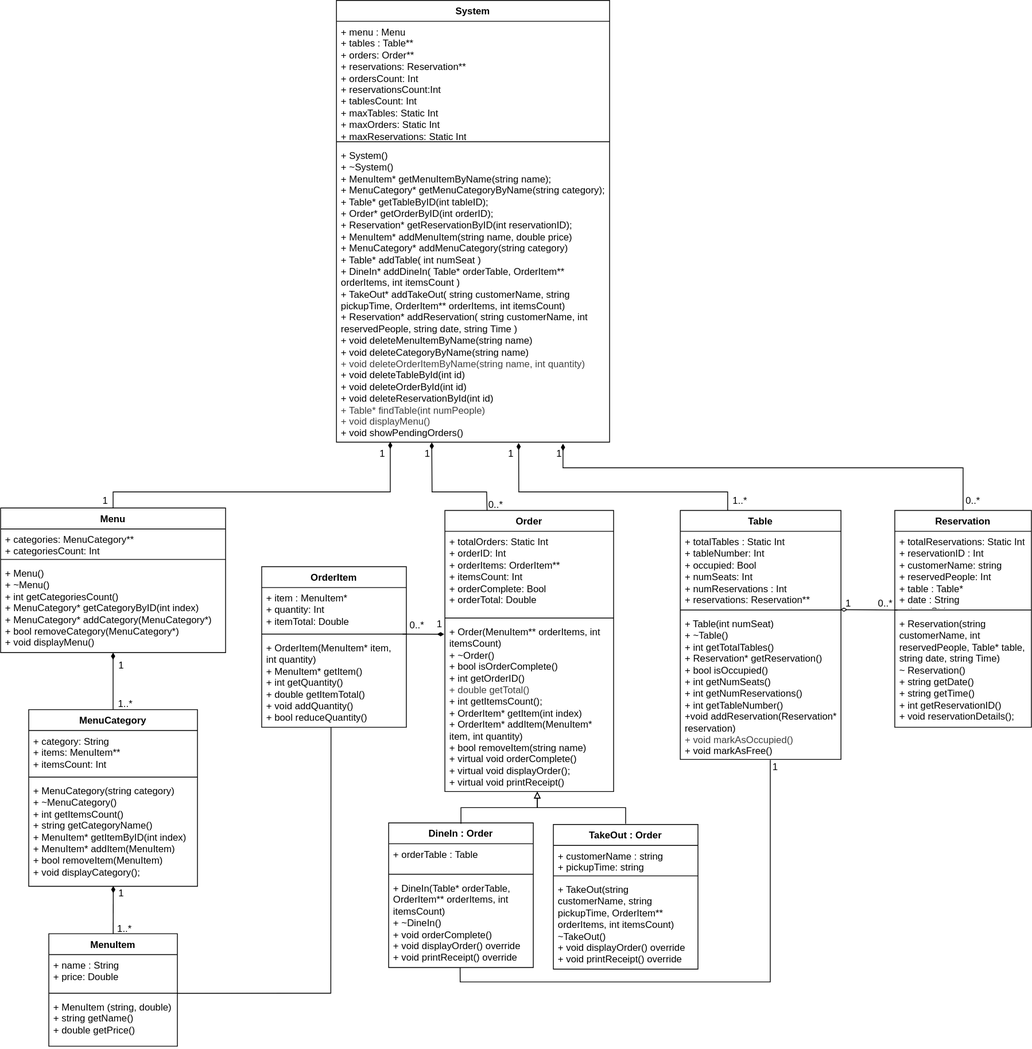
This is classDiagram.drawio.svg from mrkpkngn/restaurantOOP, a draw.io export, as it was before one commit. Source tidied: cells renumbered, new cells last; positions are measured from the earlier drawing's top-left corner, leaving out a move shared by most shapes.
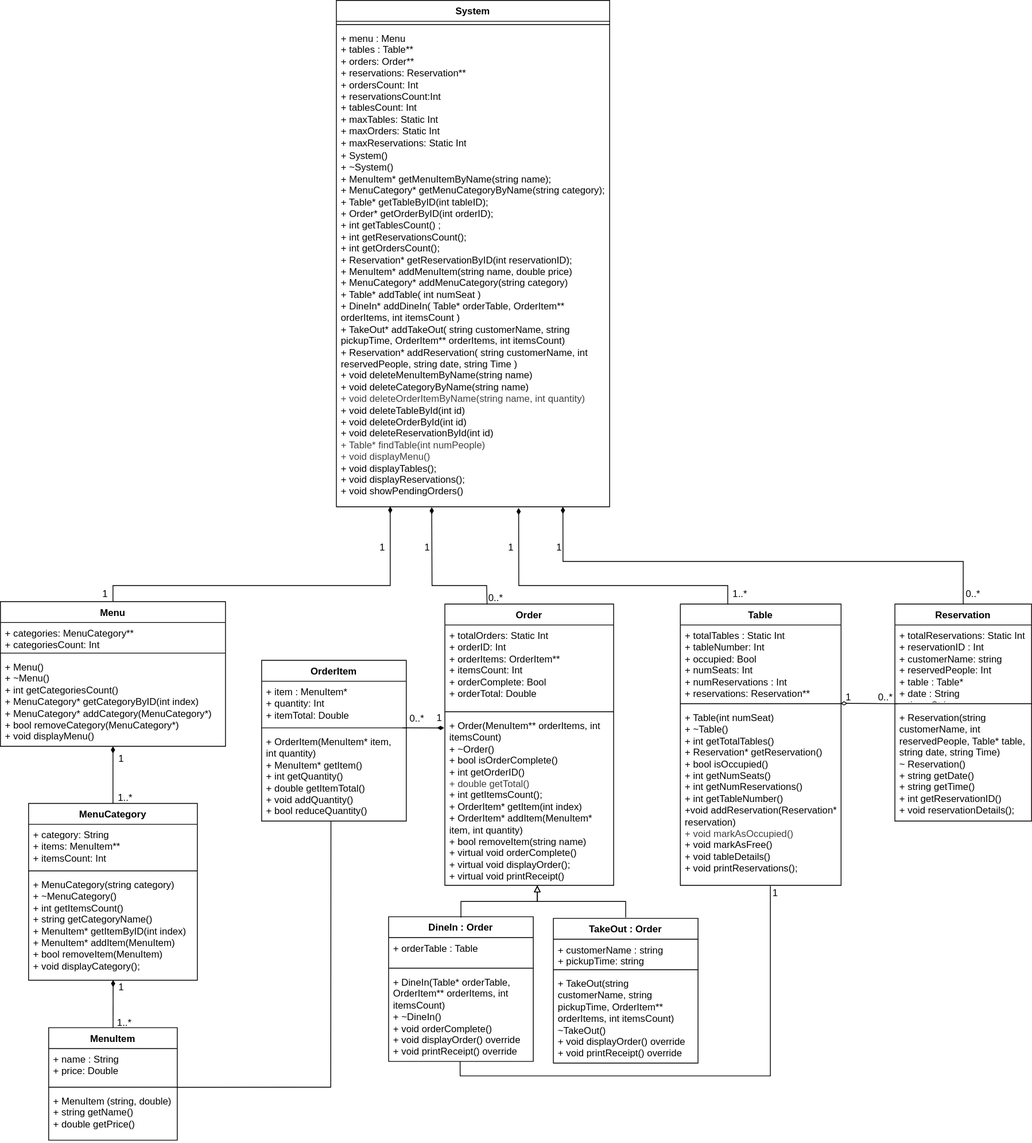
Above is the later version.

What changed in the source:
```diff
@@ -15,7 +15,7 @@
       <mxGeometry y="78" width="160" height="62" as="geometry" />
     </mxCell>
     <mxCell id="6" value="Table" style="swimlane;fontStyle=1;align=center;verticalAlign=top;horizontal=1;startSize=26;whiteSpace=wrap;html=1;" parent="1" vertex="1">
-      <mxGeometry x="846" y="635" width="200" height="310" as="geometry" />
+      <mxGeometry x="846" y="635" width="200" height="350" as="geometry" />
     </mxCell>
     <mxCell id="7" value="&lt;div&gt;+ totalTables : Static Int&lt;/div&gt;+ tableNumber: Int&lt;div&gt;+ occupied: Bool&lt;/div&gt;&lt;div&gt;+ numSeats: Int&lt;/div&gt;&lt;div&gt;+ numReservations : Int&lt;/div&gt;&lt;div&gt;+ reservations: Reservation**&lt;/div&gt;" style="text;strokeColor=none;fillColor=none;align=left;verticalAlign=top;spacingLeft=4;spacingRight=4;overflow=hidden;whiteSpace=wrap;html=1;" parent="6" vertex="1">
       <mxGeometry y="26" width="200" height="94" as="geometry" />
@@ -23,8 +23,8 @@
     <mxCell id="8" style="line;strokeWidth=1;fillColor=none;align=left;verticalAlign=middle;spacingTop=-1;spacingLeft=3;spacingRight=3;labelPosition=right;points=[];portConstraint=eastwest;strokeColor=inherit;" parent="6" vertex="1">
       <mxGeometry y="120" width="200" height="8" as="geometry" />
     </mxCell>
-    <mxCell id="9" value="+ Table(int numSeat)&lt;div&gt;&lt;font color=&quot;#000000&quot;&gt;+ ~Table()&lt;br&gt;&lt;/font&gt;&lt;div&gt;&lt;font color=&quot;#000000&quot;&gt;+ int getTotalTables()&lt;/font&gt;&lt;/div&gt;&lt;div&gt;&lt;font color=&quot;#000000&quot;&gt;&lt;font color=&quot;#000000&quot;&gt;+ Reservation* getReservation()&lt;br&gt;&lt;/font&gt;&lt;/font&gt;&lt;div&gt;+ bool isOccupied()&lt;/div&gt;&lt;div&gt;+ int getNumSeats()&lt;/div&gt;&lt;div&gt;+ int getNumReservations()&lt;/div&gt;&lt;div&gt;+ int getTableNumber()&lt;/div&gt;&lt;div&gt;+void addReservation(Reservation* reservation)&lt;/div&gt;&lt;div&gt;&lt;span style=&quot;color: rgb(63, 63, 63);&quot;&gt;+ void markAsOccupied()&lt;/span&gt;&lt;/div&gt;&lt;/div&gt;&lt;div&gt;+ void markAsFree()&lt;/div&gt;&lt;/div&gt;" style="text;strokeColor=none;fillColor=none;align=left;verticalAlign=top;spacingLeft=4;spacingRight=4;overflow=hidden;points=[[0,0.5],[1,0.5]];portConstraint=eastwest;whiteSpace=wrap;html=1;" parent="6" vertex="1">
-      <mxGeometry y="128" width="200" height="182" as="geometry" />
+    <mxCell id="9" value="+ Table(int numSeat)&lt;div&gt;&lt;font color=&quot;#000000&quot;&gt;+ ~Table()&lt;br&gt;&lt;/font&gt;&lt;div&gt;&lt;font color=&quot;#000000&quot;&gt;+ int getTotalTables()&lt;/font&gt;&lt;/div&gt;&lt;div&gt;&lt;font color=&quot;#000000&quot;&gt;&lt;font color=&quot;#000000&quot;&gt;+ Reservation* getReservation()&lt;br&gt;&lt;/font&gt;&lt;/font&gt;&lt;div&gt;+ bool isOccupied()&lt;/div&gt;&lt;div&gt;+ int getNumSeats()&lt;/div&gt;&lt;div&gt;+ int getNumReservations()&lt;/div&gt;&lt;div&gt;+ int getTableNumber()&lt;/div&gt;&lt;div&gt;+void addReservation(Reservation* reservation)&lt;/div&gt;&lt;div&gt;&lt;span style=&quot;color: rgb(63, 63, 63);&quot;&gt;+ void markAsOccupied()&lt;/span&gt;&lt;/div&gt;&lt;/div&gt;&lt;div&gt;+ void markAsFree()&lt;/div&gt;&lt;/div&gt;&lt;div&gt;+ void tableDetails()&lt;/div&gt;&lt;div&gt;+ void printReservations();&lt;/div&gt;" style="text;strokeColor=none;fillColor=none;align=left;verticalAlign=top;spacingLeft=4;spacingRight=4;overflow=hidden;points=[[0,0.5],[1,0.5]];portConstraint=eastwest;whiteSpace=wrap;html=1;" parent="6" vertex="1">
+      <mxGeometry y="128" width="200" height="222" as="geometry" />
     </mxCell>
     <mxCell id="10" value="Order" style="swimlane;fontStyle=1;align=center;verticalAlign=top;horizontal=1;startSize=26;whiteSpace=wrap;html=1;" parent="1" vertex="1">
       <mxGeometry x="553" y="635" width="210" height="350" as="geometry" />
@@ -110,16 +110,16 @@
       <mxGeometry y="128" width="170" height="142" as="geometry" />
     </mxCell>
     <mxCell id="36" value="System" style="swimlane;fontStyle=1;align=center;verticalAlign=top;horizontal=1;startSize=26;whiteSpace=wrap;html=1;" parent="1" vertex="1">
-      <mxGeometry x="418" width="340" height="550" as="geometry" />
+      <mxGeometry x="418" y="-116" width="340" height="630" as="geometry" />
     </mxCell>
+    <mxCell id="38" style="line;strokeWidth=1;fillColor=none;align=left;verticalAlign=middle;spacingTop=-1;spacingLeft=3;spacingRight=3;labelPosition=right;strokeColor=inherit;" parent="36" vertex="1">
+      <mxGeometry y="26" width="340" height="8" as="geometry" />
+    </mxCell>
     <mxCell id="37" value="&lt;div&gt;+ menu : Menu&lt;/div&gt;&lt;div&gt;+ tables : Table**&lt;/div&gt;&lt;div&gt;&lt;span style=&quot;background-color: transparent;&quot;&gt;+ orders: Order**&lt;/span&gt;&lt;/div&gt;&lt;div&gt;+ reservations: Reservation**&lt;/div&gt;&lt;div&gt;+ ordersCount: Int&lt;/div&gt;&lt;div&gt;+ reservationsCount:Int&lt;/div&gt;&lt;div&gt;+ tablesCount: Int&lt;br&gt;+ maxTables: Static Int&lt;/div&gt;&lt;div&gt;+ maxOrders: Static Int&lt;/div&gt;&lt;div&gt;+ maxReservations: Static Int&lt;/div&gt;" style="text;strokeColor=none;fillColor=none;align=left;verticalAlign=top;spacingLeft=4;spacingRight=4;overflow=hidden;whiteSpace=wrap;html=1;" parent="36" vertex="1">
-      <mxGeometry y="26" width="340" height="146" as="geometry" />
+      <mxGeometry y="34" width="340" height="146" as="geometry" />
     </mxCell>
-    <mxCell id="38" style="line;strokeWidth=1;fillColor=none;align=left;verticalAlign=middle;spacingTop=-1;spacingLeft=3;spacingRight=3;labelPosition=right;strokeColor=inherit;" parent="36" vertex="1">
-      <mxGeometry y="172" width="340" height="8" as="geometry" />
-    </mxCell>
-    <mxCell id="39" value="+ System()&lt;div&gt;&lt;font color=&quot;#000000&quot;&gt;+ ~System()&lt;/font&gt;&lt;/div&gt;&lt;div&gt;&lt;div style=&quot;&quot;&gt;&lt;span style=&quot;white-space: normal;&quot;&gt;+ MenuItem* getMenuItemByName(string name);&lt;/span&gt;&lt;/div&gt;&lt;div style=&quot;&quot;&gt;&lt;span style=&quot;white-space: normal;&quot;&gt;+ MenuCategory* getMenuCategoryByName(string category);&lt;/span&gt;&lt;/div&gt;&lt;div style=&quot;&quot;&gt;&lt;span style=&quot;white-space: normal;&quot;&gt;+ Table* getTableByID(int tableID);&lt;/span&gt;&lt;/div&gt;&lt;div style=&quot;&quot;&gt;&lt;span style=&quot;white-space: normal;&quot;&gt;+ Order* getOrderByID(int orderID);&lt;/span&gt;&lt;/div&gt;&lt;div style=&quot;&quot;&gt;&lt;span style=&quot;white-space: normal;&quot;&gt;+ Reservation* getReservationByID(int reservationID);&lt;/span&gt;&lt;/div&gt;&lt;div&gt;+ MenuItem* addMenuItem(string name, double price)&lt;/div&gt;&lt;div&gt;+ MenuCategory* addMenuCategory(string category)&lt;/div&gt;&lt;div&gt;+ Table* addTable(&lt;span style=&quot;color: rgb(0, 0, 0); background-color: transparent;&quot;&gt;int numSeat&lt;/span&gt;&lt;span style=&quot;background-color: transparent;&quot;&gt;)&lt;/span&gt;&lt;/div&gt;&lt;div&gt;+ DineIn* addDineIn(&lt;span style=&quot;color: rgb(0, 0, 0);&quot;&gt;Table* orderTable, OrderItem** orderItems, int itemsCount&lt;/span&gt;)&lt;/div&gt;&lt;div&gt;+ TakeOut* addTakeOut(&lt;span style=&quot;color: rgb(0, 0, 0); background-color: transparent;&quot;&gt;string customerName, string pickupTime, OrderItem** orderItems, int itemsCount)&lt;/span&gt;&lt;/div&gt;&lt;div&gt;+ Reservation* addReservation(&lt;span style=&quot;color: rgb(0, 0, 0);&quot;&gt;string customerName, int reservedPeople, string date, string Time&lt;/span&gt;)&lt;/div&gt;&lt;/div&gt;&lt;div&gt;+ void deleteMenuItemByName(string name)&lt;/div&gt;&lt;div&gt;+ void deleteCategoryByName(string name)&lt;/div&gt;&lt;div&gt;&lt;span style=&quot;color: rgb(63, 63, 63);&quot;&gt;+ void deleteOrderItemByName(string name, int quantity)&lt;/span&gt;&lt;/div&gt;&lt;div&gt;+ void deleteTableById(int id)&lt;/div&gt;&lt;div&gt;+ void deleteOrderById(int id)&lt;/div&gt;&lt;div&gt;+ void deleteReservationById(int id)&lt;/div&gt;&lt;div&gt;&lt;span style=&quot;color: rgb(63, 63, 63);&quot;&gt;+ Table* findTable(int numPeople)&lt;/span&gt;&lt;/div&gt;&lt;div&gt;&lt;span style=&quot;color: rgb(63, 63, 63);&quot;&gt;&lt;span style=&quot;color: rgb(63, 63, 63);&quot;&gt;+ void displayMenu()&lt;/span&gt;&lt;/span&gt;&lt;/div&gt;&lt;div&gt;+ void showPendingOrders()&lt;/div&gt;" style="text;strokeColor=none;fillColor=none;align=left;verticalAlign=top;spacingLeft=4;spacingRight=4;overflow=hidden;points=[[0,0.5],[1,0.5]];portConstraint=eastwest;whiteSpace=wrap;html=1;" parent="36" vertex="1">
-      <mxGeometry y="180" width="340" height="370" as="geometry" />
+    <mxCell id="39" value="+ System()&lt;div&gt;&lt;font color=&quot;#000000&quot;&gt;+ ~System()&lt;/font&gt;&lt;/div&gt;&lt;div&gt;&lt;div style=&quot;&quot;&gt;&lt;span style=&quot;white-space: normal;&quot;&gt;+ MenuItem* getMenuItemByName(string name);&lt;/span&gt;&lt;/div&gt;&lt;div style=&quot;&quot;&gt;&lt;span style=&quot;white-space: normal;&quot;&gt;+ MenuCategory* getMenuCategoryByName(string category);&lt;/span&gt;&lt;/div&gt;&lt;div style=&quot;&quot;&gt;&lt;span style=&quot;white-space: normal;&quot;&gt;+ Table* getTableByID(int tableID);&lt;/span&gt;&lt;/div&gt;&lt;div style=&quot;&quot;&gt;&lt;span style=&quot;white-space: normal;&quot;&gt;+ Order* getOrderByID(int orderID);&lt;/span&gt;&lt;/div&gt;&lt;div style=&quot;&quot;&gt;&lt;span style=&quot;white-space: normal;&quot;&gt;+ int getTablesCount()&lt;/span&gt;&lt;span style=&quot;background-color: transparent;&quot;&gt;;&lt;/span&gt;&lt;/div&gt;&lt;div style=&quot;&quot;&gt;&lt;span style=&quot;background-color: transparent;&quot;&gt;+ int getReservationsCount();&lt;/span&gt;&lt;/div&gt;&lt;div style=&quot;&quot;&gt;&lt;span style=&quot;background-color: transparent;&quot;&gt;+ int getOrdersCount();&lt;/span&gt;&lt;/div&gt;&lt;div style=&quot;&quot;&gt;&lt;span style=&quot;white-space: normal;&quot;&gt;+ Reservation* getReservationByID(int reservationID);&lt;/span&gt;&lt;/div&gt;&lt;div&gt;+ MenuItem* addMenuItem(string name, double price)&lt;/div&gt;&lt;div&gt;+ MenuCategory* addMenuCategory(string category)&lt;/div&gt;&lt;div&gt;+ Table* addTable(&lt;span style=&quot;color: rgb(0, 0, 0); background-color: transparent;&quot;&gt;int numSeat&lt;/span&gt;&lt;span style=&quot;background-color: transparent;&quot;&gt;)&lt;/span&gt;&lt;/div&gt;&lt;div&gt;+ DineIn* addDineIn(&lt;span style=&quot;color: rgb(0, 0, 0);&quot;&gt;Table* orderTable, OrderItem** orderItems, int itemsCount&lt;/span&gt;)&lt;/div&gt;&lt;div&gt;+ TakeOut* addTakeOut(&lt;span style=&quot;color: rgb(0, 0, 0); background-color: transparent;&quot;&gt;string customerName, string pickupTime, OrderItem** orderItems, int itemsCount)&lt;/span&gt;&lt;/div&gt;&lt;div&gt;+ Reservation* addReservation(&lt;span style=&quot;color: rgb(0, 0, 0);&quot;&gt;string customerName, int reservedPeople, string date, string Time&lt;/span&gt;)&lt;/div&gt;&lt;/div&gt;&lt;div&gt;+ void deleteMenuItemByName(string name)&lt;/div&gt;&lt;div&gt;+ void deleteCategoryByName(string name)&lt;/div&gt;&lt;div&gt;&lt;span style=&quot;color: rgb(63, 63, 63);&quot;&gt;+ void deleteOrderItemByName(string name, int quantity)&lt;/span&gt;&lt;/div&gt;&lt;div&gt;+ void deleteTableById(int id)&lt;/div&gt;&lt;div&gt;+ void deleteOrderById(int id)&lt;/div&gt;&lt;div&gt;+ void deleteReservationById(int id)&lt;/div&gt;&lt;div&gt;&lt;span style=&quot;color: rgb(63, 63, 63);&quot;&gt;+ Table* findTable(int numPeople)&lt;/span&gt;&lt;/div&gt;&lt;div&gt;&lt;span style=&quot;color: rgb(63, 63, 63);&quot;&gt;&lt;span style=&quot;color: rgb(63, 63, 63);&quot;&gt;+ void displayMenu()&lt;/span&gt;&lt;/span&gt;&lt;/div&gt;&lt;div&gt;&lt;span style=&quot;white-space: normal;&quot;&gt;+ void displayTables();&lt;/span&gt;&lt;/div&gt;&lt;div&gt;&lt;span style=&quot;white-space: normal;&quot;&gt;+ void displayReservations();&lt;/span&gt;&lt;/div&gt;&lt;div&gt;+ void showPendingOrders()&lt;/div&gt;" style="text;strokeColor=none;fillColor=none;align=left;verticalAlign=top;spacingLeft=4;spacingRight=4;overflow=hidden;points=[[0,0.5],[1,0.5]];portConstraint=eastwest;whiteSpace=wrap;html=1;" parent="36" vertex="1">
+      <mxGeometry y="180" width="340" height="450" as="geometry" />
     </mxCell>
     <mxCell id="40" style="edgeStyle=none;html=1;entryX=0.501;entryY=0.997;entryDx=0;entryDy=0;entryPerimeter=0;endArrow=diamondThin;endFill=1;" parent="1" edge="1" source="2" target="26">
       <mxGeometry relative="1" as="geometry" />
@@ -152,9 +152,8 @@
         </Array>
       </mxGeometry>
     </mxCell>
-    <mxCell id="44" style="edgeStyle=none;html=1;exitX=0.5;exitY=0;exitDx=0;exitDy=0;rounded=0;curved=0;endArrow=diamondThin;endFill=1;" parent="1" edge="1" source="32">
+    <mxCell id="44" style="edgeStyle=none;html=1;exitX=0.5;exitY=0;exitDx=0;exitDy=0;rounded=0;curved=0;endArrow=diamondThin;endFill=1;entryX=0.829;entryY=1;entryDx=0;entryDy=0;entryPerimeter=0;" parent="1" edge="1" source="32" target="39">
       <mxGeometry relative="1" as="geometry">
-        <mxPoint x="700" y="552" as="targetPoint" />
         <Array as="points">
           <mxPoint x="1198" y="582" />
           <mxPoint x="700" y="582" />
@@ -252,7 +251,7 @@
       <mxGeometry x="1081" y="736" width="40" height="30" as="geometry" />
     </mxCell>
     <mxCell id="70" value="1" style="text;html=1;align=center;verticalAlign=middle;strokeColor=none;fillColor=none;" parent="1" vertex="1">
-      <mxGeometry x="949" y="940" width="30" height="30" as="geometry" />
+      <mxGeometry x="949" y="980" width="30" height="30" as="geometry" />
     </mxCell>
   </root>
 </mxGraphModel>
```
